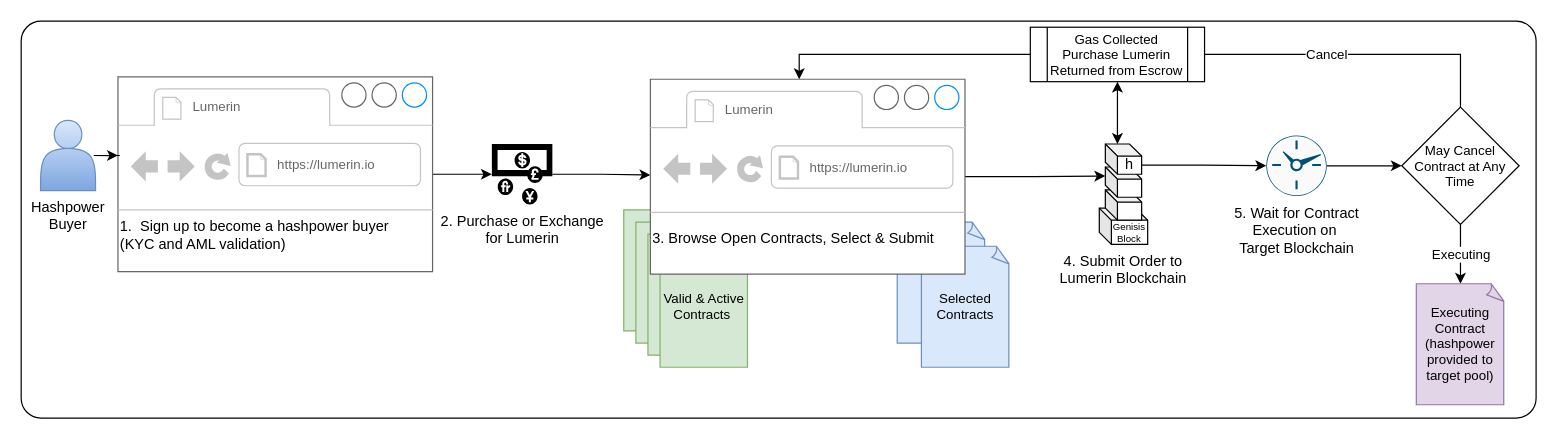
The draw.io diagram page "BuyerJourney" (8 of 9) of source/macro.drawio in abs2023/tdocs, before the edit. Source tidied: cells renumbered, new cells numbered last; positions are measured from the earlier drawing's top-left corner, leaving out a move shared by most shapes. Both pictures are drawn from the tidied source at 121%, with x=0, y=0 at pixel (21, 21).
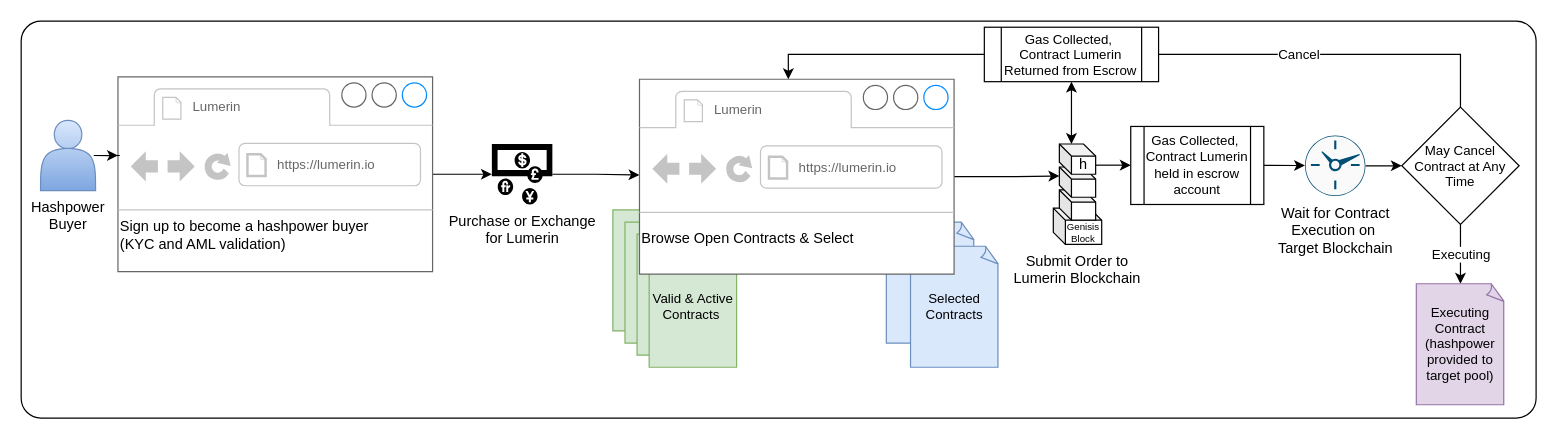
Above is the later version.

Commit message (it also covers changes not shown here):
contract journey updat

Unchanged cells that the change refers to:
```xml
<mxCell id="35" value="h" style="shape=cube;whiteSpace=wrap;html=1;boundedLbl=1;backgroundOutline=1;darkOpacity=0.05;darkOpacity2=0.1;size=10;rotation=0;horizontal=1;" parent="31" vertex="1">
  <mxGeometry x="5" width="30" height="25" as="geometry" />
</mxCell>
```

Change to the diagram source:
```diff
@@
-    <mxCell id="4" value="&lt;br&gt;&lt;br&gt;&lt;br&gt;&lt;br&gt;&lt;br&gt;&lt;br&gt;&lt;br&gt;1.&amp;nbsp; Sign up to become a hashpower buyer&lt;br&gt;(KYC and AML validation)&amp;nbsp;" style="strokeWidth=1;shadow=0;dashed=0;align=left;html=1;shape=mxgraph.mockup.containers.browserWindow;rSize=0;strokeColor=none;strokeColor2=#008cff;strokeColor3=#c4c4c4;mainText=,;labelBackgroundColor=none;fillColor=none;" parent="1" vertex="1">
+    <mxCell id="4" value="&lt;br&gt;&lt;br&gt;&lt;br&gt;&lt;br&gt;&lt;br&gt;&lt;br&gt;&lt;br&gt;Sign up to become a hashpower buyer&lt;br&gt;(KYC and AML validation)&amp;nbsp;" style="strokeWidth=1;shadow=0;dashed=0;align=left;html=1;shape=mxgraph.mockup.containers.browserWindow;rSize=0;strokeColor=none;strokeColor2=#008cff;strokeColor3=#c4c4c4;mainText=,;labelBackgroundColor=none;fillColor=none;" parent="1" vertex="1">
       <mxGeometry x="80" y="46" width="259" height="161" as="geometry" />
     </mxCell>
@@
-    <mxCell id="11" value="2. Purchase or Exchange&lt;br&gt;for Lumerin" style="shape=mxgraph.signs.travel.currency_exchange;html=1;fillColor=#000000;strokeColor=none;verticalLabelPosition=bottom;verticalAlign=top;align=center;sketch=0;" parent="1" vertex="1">
+    <mxCell id="11" value="Purchase or Exchange&lt;br&gt;for Lumerin" style="shape=mxgraph.signs.travel.currency_exchange;html=1;fillColor=#000000;strokeColor=none;verticalLabelPosition=bottom;verticalAlign=top;align=center;sketch=0;" parent="1" vertex="1">
       <mxGeometry x="389" y="101.5" width="50" height="50" as="geometry" />
     </mxCell>
@@
-    <mxCell id="13" value="5. Wait for Contract&lt;br&gt;Execution on&amp;nbsp;&lt;br&gt;Target Blockchain" style="sketch=0;points=[[0.5,0,0],[1,0.5,0],[0.5,1,0],[0,0.5,0],[0.145,0.145,0],[0.8555,0.145,0],[0.855,0.8555,0],[0.145,0.855,0]];verticalLabelPosition=bottom;html=1;verticalAlign=top;align=center;shape=mxgraph.cisco19.rect;prIcon=clock;fillColor=#FAFAFA;strokeColor=#005073;labelBackgroundColor=none;" parent="1" vertex="1">
-      <mxGeometry x="1029" y="94.5" width="50" height="50" as="geometry" />
+    <mxCell id="13" value="Wait for Contract&lt;br&gt;Execution on&amp;nbsp;&lt;br&gt;Target Blockchain" style="sketch=0;points=[[0.5,0,0],[1,0.5,0],[0.5,1,0],[0,0.5,0],[0.145,0.145,0],[0.8555,0.145,0],[0.855,0.8555,0],[0.145,0.855,0]];verticalLabelPosition=bottom;html=1;verticalAlign=top;align=center;shape=mxgraph.cisco19.rect;prIcon=clock;fillColor=#FAFAFA;strokeColor=#005073;labelBackgroundColor=none;" parent="1" vertex="1">
+      <mxGeometry x="1061" y="94.5" width="50" height="50" as="geometry" />
     </mxCell>
-    <mxCell id="14" style="edgeStyle=orthogonalEdgeStyle;rounded=0;jettySize=auto;html=1;entryX=0;entryY=0.5;entryDx=0;entryDy=0;entryPerimeter=0;exitX=0;exitY=0;exitDx=30;exitDy=17.5;exitPerimeter=0;" parent="1" edge="1" source="35" target="13">
+    <mxCell id="14" style="edgeStyle=orthogonalEdgeStyle;rounded=0;jettySize=auto;html=1;entryX=0;entryY=0.5;entryDx=0;entryDy=0;exitX=0;exitY=0;exitDx=30;exitDy=17.5;exitPerimeter=0;" parent="1" edge="1" source="35" target="40">
       <mxGeometry relative="1" as="geometry" />
     </mxCell>
@@
     <mxCell id="19" style="group;" parent="1" vertex="1">
-      <mxGeometry x="517" y="48" width="300" height="238" as="geometry" />
+      <mxGeometry x="508" y="48" width="300" height="238" as="geometry" />
     </mxCell>
@@
-    <mxCell id="28" value="&lt;br&gt;&lt;br&gt;&lt;br&gt;&lt;br&gt;&lt;br&gt;&lt;br&gt;&lt;br&gt;3. Browse Open Contracts, Select &amp;amp; Submit" style="strokeWidth=1;shadow=0;dashed=0;align=left;html=1;shape=mxgraph.mockup.containers.browserWindow;rSize=0;strokeColor=none;strokeColor2=#008cff;strokeColor3=#c4c4c4;mainText=,;labelBackgroundColor=none;fillColor=none;" parent="19" vertex="1">
+    <mxCell id="28" value="&lt;br&gt;&lt;br&gt;&lt;br&gt;&lt;br&gt;&lt;br&gt;&lt;br&gt;&lt;br&gt;Browse Open Contracts &amp;amp; Select" style="strokeWidth=1;shadow=0;dashed=0;align=left;html=1;shape=mxgraph.mockup.containers.browserWindow;rSize=0;strokeColor=none;strokeColor2=#008cff;strokeColor3=#c4c4c4;mainText=,;labelBackgroundColor=none;fillColor=none;" parent="19" vertex="1">
       <mxGeometry x="3" width="259" height="161" as="geometry" />
     </mxCell>
@@
-    <mxCell id="31" value="4. Submit Order to&#10;Lumerin Blockchain" style="group;labelPosition=center;verticalLabelPosition=bottom;align=center;verticalAlign=top;" parent="1" vertex="1">
-      <mxGeometry x="891" y="101.5" width="40" height="83" as="geometry" />
+    <mxCell id="31" value="Submit Order to&#10;Lumerin Blockchain" style="group;labelPosition=center;verticalLabelPosition=bottom;align=center;verticalAlign=top;" parent="1" vertex="1">
+      <mxGeometry x="853" y="101.5" width="40" height="83" as="geometry" />
     </mxCell>
@@
-    <mxCell id="37" value="Gas Collected&lt;br&gt;Purchase Lumerin&lt;br&gt;Returned from Escrow" style="shape=process;whiteSpace=wrap;html=1;backgroundOutline=1;labelBackgroundColor=none;sketch=0;fontSize=11;fillColor=none;verticalAlign=middle;" parent="1" vertex="1">
-      <mxGeometry x="834" y="5" width="144" height="45" as="geometry" />
+    <mxCell id="37" value="Gas Collected,&amp;nbsp;&lt;br&gt;Contract Lumerin&lt;br&gt;Returned from Escrow" style="shape=process;whiteSpace=wrap;html=1;backgroundOutline=1;labelBackgroundColor=none;sketch=0;fontSize=11;fillColor=none;verticalAlign=middle;" parent="1" vertex="1">
+      <mxGeometry x="796" y="5" width="144" height="45" as="geometry" />
     </mxCell>
@@
+    <mxCell id="39" style="edgeStyle=orthogonalEdgeStyle;rounded=0;jettySize=auto;html=1;entryX=0;entryY=0.5;entryDx=0;entryDy=0;entryPerimeter=0;fontSize=11;startArrow=none;startFill=0;exitX=1;exitY=0.5;exitDx=0;exitDy=0;" parent="1" edge="1" source="40" target="13">
+      <mxGeometry relative="1" as="geometry" />
+    </mxCell>
+    <mxCell id="40" value="Gas Collected,&amp;nbsp;&lt;br&gt;Contract Lumerin &lt;br&gt;held in escrow account" style="shape=process;whiteSpace=wrap;html=1;backgroundOutline=1;labelBackgroundColor=none;sketch=0;fontSize=11;fillColor=none;verticalAlign=middle;" parent="1" vertex="1">
+      <mxGeometry x="917" y="87" width="110" height="64.5" as="geometry" />
+    </mxCell>
```
